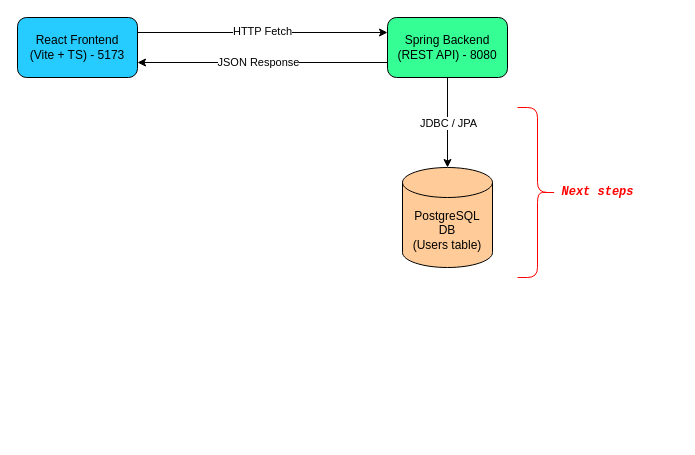
This is architecture.drawio from ColtonRandall/banking-app, a draw.io file, before an edit. Source tidied: cells renumbered, new cells numbered last; positions are measured from the earlier drawing's top-left corner, leaving out a move shared by most shapes. Both pictures are drawn from the tidied source at 100%, with x=0, y=0 at pixel (17, 17).
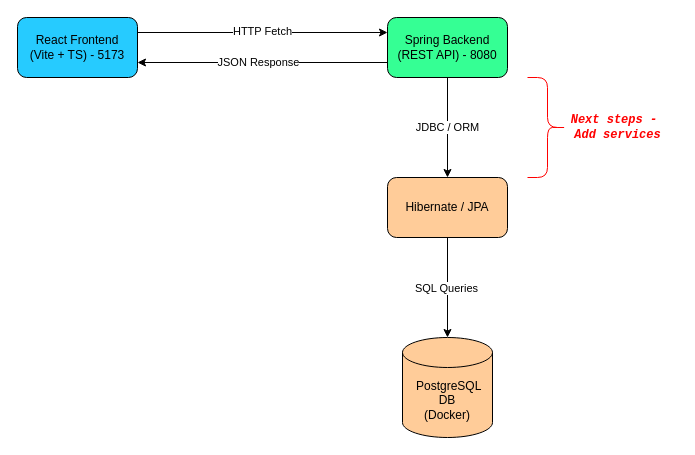
The same page after the edit.

Commit message (it also covers changes not shown here):
add postgreSQL + Docker, implement users endpoint

Change to the diagram source:
```diff
@@
 <mxGraphModel>
   <root>
     <mxCell id="0" />
     <mxCell id="1" parent="0" />
     <mxCell id="2" style="edgeStyle=none;html=1;exitX=1;exitY=0.25;exitDx=0;exitDy=0;entryX=0;entryY=0.25;entryDx=0;entryDy=0;" parent="1" edge="1" source="4" target="7">
       <mxGeometry relative="1" as="geometry" />
     </mxCell>
     <mxCell id="3" value="HTTP Fetch" style="edgeLabel;html=1;align=center;verticalAlign=middle;" parent="2" vertex="1">
       <mxGeometry x="-0.01" y="1" relative="1" as="geometry" />
     </mxCell>
     <mxCell id="4" value="React Frontend&lt;div&gt;(Vite + TS) - 5173&lt;/div&gt;" style="rounded=1;whiteSpace=wrap;html=1;fillColor=#26CBFF;" parent="1" vertex="1">
       <mxGeometry width="120" height="60" as="geometry" />
     </mxCell>
     <mxCell id="5" style="edgeStyle=none;html=1;exitX=0;exitY=0.75;exitDx=0;exitDy=0;entryX=1;entryY=0.75;entryDx=0;entryDy=0;" parent="1" edge="1" source="7" target="4">
       <mxGeometry relative="1" as="geometry" />
     </mxCell>
     <mxCell id="6" value="JSON Response" style="edgeLabel;html=1;align=center;verticalAlign=middle;" parent="5" vertex="1">
       <mxGeometry x="0.17" y="-1" relative="1" as="geometry">
         <mxPoint x="16" as="offset" />
       </mxGeometry>
     </mxCell>
+    <mxCell id="13" value="JDBC / ORM" style="edgeStyle=none;html=1;exitX=0.5;exitY=1;exitDx=0;exitDy=0;entryX=0.5;entryY=0;entryDx=0;entryDy=0;" parent="1" edge="1" source="7" target="10">
+      <mxGeometry relative="1" as="geometry" />
+    </mxCell>
     <mxCell id="7" value="Spring Backend&lt;div&gt;(REST API) - 8080&lt;/div&gt;" style="rounded=1;whiteSpace=wrap;html=1;fillColor=#35FF94;" parent="1" vertex="1">
       <mxGeometry x="370" width="120" height="60" as="geometry" />
     </mxCell>
-    <mxCell id="8" value="PostgreSQL&lt;div&gt;DB&lt;br&gt;(Users table)&lt;/div&gt;" style="shape=cylinder3;whiteSpace=wrap;html=1;boundedLbl=1;backgroundOutline=1;size=15;fillColor=#FFCC99;" parent="1" vertex="1">
-      <mxGeometry x="385" y="150" width="90" height="100" as="geometry" />
+    <mxCell id="8" value="&amp;nbsp;PostgreSQL &lt;br&gt;DB&lt;br&gt;(Docker)" style="shape=cylinder3;whiteSpace=wrap;html=1;boundedLbl=1;backgroundOutline=1;size=15;fillColor=#FFCC99;" parent="1" vertex="1">
+      <mxGeometry x="385" y="320" width="90" height="100" as="geometry" />
     </mxCell>
-    <mxCell id="9" style="edgeStyle=none;html=1;exitX=0.5;exitY=1;exitDx=0;exitDy=0;entryX=0.5;entryY=0;entryDx=0;entryDy=0;entryPerimeter=0;" parent="1" edge="1" source="7" target="8">
-      <mxGeometry relative="1" as="geometry" />
-    </mxCell>
-    <mxCell id="10" value="JDBC / JPA" style="edgeLabel;html=1;align=center;verticalAlign=middle;points=[];" parent="9" vertex="1">
-      <mxGeometry x="-0.01" relative="1" as="geometry" />
-    </mxCell>
     <mxCell id="11" style="shape=curlyBracket;whiteSpace=wrap;html=1;rounded=1;flipH=1;labelPosition=right;verticalLabelPosition=middle;align=left;verticalAlign=middle;strokeColor=#FF0000;" parent="1" vertex="1">
-      <mxGeometry x="500" y="90" width="40" height="170" as="geometry" />
+      <mxGeometry x="510" y="60" width="40" height="100" as="geometry" />
     </mxCell>
-    <mxCell id="12" value="&lt;pre&gt;&lt;b&gt;&lt;i&gt;&lt;font color=&quot;#ff0000&quot;&gt;Next steps&lt;/font&gt;&lt;/i&gt;&lt;/b&gt;&lt;/pre&gt;" style="text;html=1;align=center;verticalAlign=middle;strokeColor=none;fillColor=none;" parent="1" vertex="1">
-      <mxGeometry x="530" y="150" width="100" height="50" as="geometry" />
+    <mxCell id="12" value="&lt;pre&gt;&lt;b&gt;&lt;i&gt;&lt;font color=&quot;#ff0000&quot;&gt;Next steps - &lt;br/&gt;Add services&lt;/font&gt;&lt;/i&gt;&lt;/b&gt;&lt;/pre&gt;" style="text;html=1;align=center;verticalAlign=middle;strokeColor=none;fillColor=none;" parent="1" vertex="1">
+      <mxGeometry x="540" y="75" width="120" height="70" as="geometry" />
     </mxCell>
+    <mxCell id="14" style="edgeStyle=none;html=1;exitX=0.5;exitY=1;exitDx=0;exitDy=0;entryX=0.5;entryY=0;entryDx=0;entryDy=0;entryPerimeter=0;" parent="1" edge="1" source="10" target="8">
+      <mxGeometry relative="1" as="geometry" />
+    </mxCell>
+    <mxCell id="15" value="SQL Queries" style="edgeLabel;html=1;align=center;verticalAlign=middle;" parent="14" vertex="1">
+      <mxGeometry x="-0.01" y="-2" relative="1" as="geometry" />
+    </mxCell>
+    <mxCell id="10" value="Hibernate / JPA" style="rounded=1;whiteSpace=wrap;html=1;fillColor=#FFCC99;" parent="1" vertex="1">
+      <mxGeometry x="370" y="160" width="120" height="60" as="geometry" />
+    </mxCell>
   </root>
 </mxGraphModel>
```
